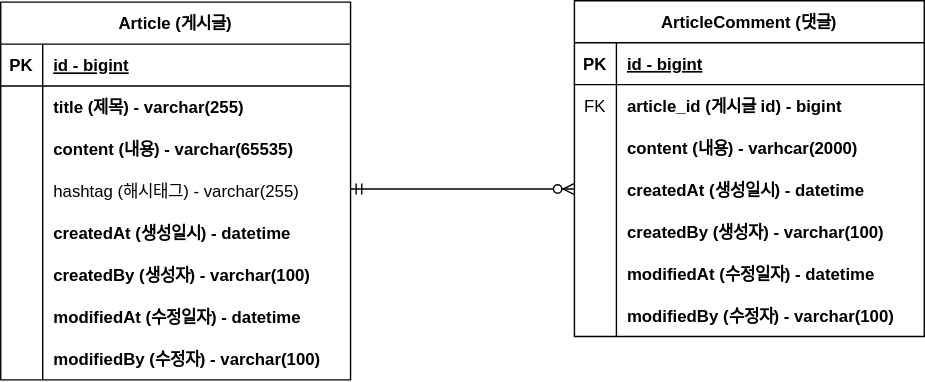
This is document/project-board-erd.svg from gkdisao92/fastcampus-project-board, a draw.io export, as it was before one commit. Source tidied: cells renumbered, new cells last; positions are measured from the earlier drawing's top-left corner, leaving out a move shared by most shapes.
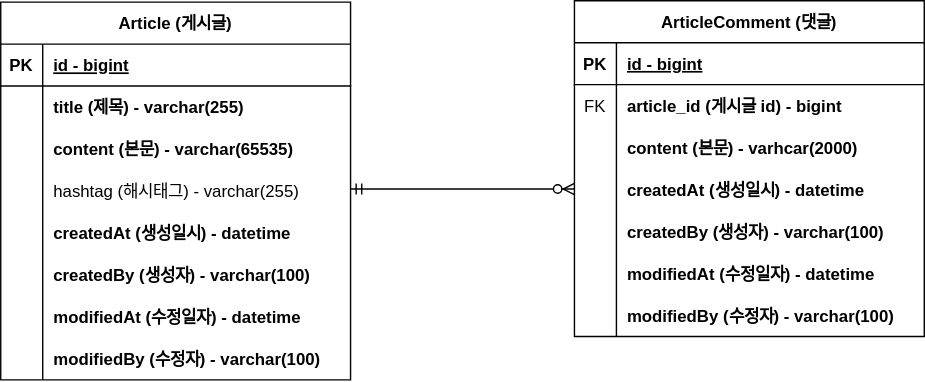
Later version of the same file.

What changed in the source:
```diff
@@ -29,7 +29,7 @@
     <mxCell id="10" style="shape=partialRectangle;fillColor=none;top=0;left=0;bottom=0;right=0;overflow=hidden;" parent="9" vertex="1">
       <mxGeometry width="30" height="30" as="geometry" />
     </mxCell>
-    <mxCell id="11" value="content (내용) - varchar(65535)" style="shape=partialRectangle;fillColor=none;top=0;left=0;bottom=0;right=0;align=left;spacingLeft=6;overflow=hidden;fontStyle=1;" parent="9" vertex="1">
+    <mxCell id="11" value="content (본문) - varchar(65535)" style="shape=partialRectangle;fillColor=none;top=0;left=0;bottom=0;right=0;align=left;spacingLeft=6;overflow=hidden;fontStyle=1;" parent="9" vertex="1">
       <mxGeometry x="30" width="220" height="30" as="geometry" />
     </mxCell>
     <mxCell id="12" style="shape=tableRow;horizontal=0;startSize=0;swimlaneHead=0;swimlaneBody=0;fillColor=none;top=0;left=0;right=0;bottom=0;" parent="2" vertex="1">
@@ -104,7 +104,7 @@
     <mxCell id="35" style="shape=partialRectangle;fillColor=none;top=0;left=0;bottom=0;right=0;overflow=hidden;" parent="34" vertex="1">
       <mxGeometry width="30" height="30" as="geometry" />
     </mxCell>
-    <mxCell id="36" value="content (내용) - varhcar(2000)" style="shape=partialRectangle;fillColor=none;top=0;left=0;bottom=0;right=0;align=left;spacingLeft=6;overflow=hidden;fontStyle=1;" parent="34" vertex="1">
+    <mxCell id="36" value="content (본문) - varhcar(2000)" style="shape=partialRectangle;fillColor=none;top=0;left=0;bottom=0;right=0;align=left;spacingLeft=6;overflow=hidden;fontStyle=1;" parent="34" vertex="1">
       <mxGeometry x="30" width="220" height="30" as="geometry" />
     </mxCell>
     <mxCell id="37" style="shape=tableRow;horizontal=0;startSize=0;swimlaneHead=0;swimlaneBody=0;fillColor=none;top=0;left=0;right=0;bottom=0;" parent="27" vertex="1">
```
